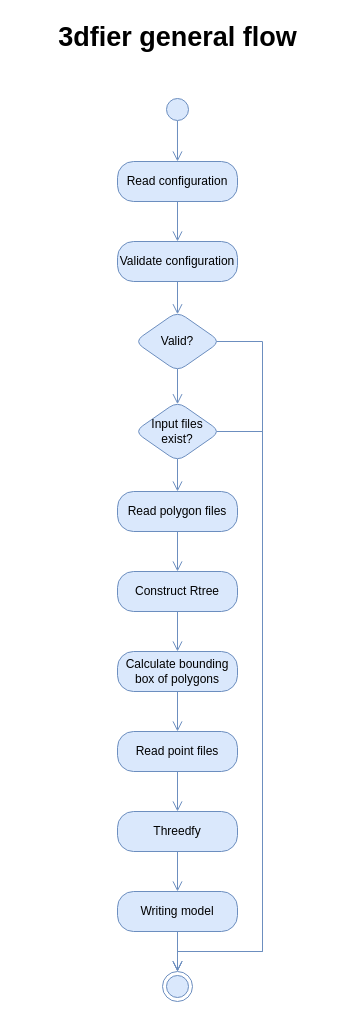
Earlier version of the draw.io diagram resources/flowdiagrams/3dfier_general_flow.drawio (tudelft3d/3dfier). Source tidied: cells renumbered, new cells numbered last; positions are measured from the earlier drawing's top-left corner, leaving out a move shared by most shapes. Both pictures are drawn from the tidied source at 100%, with x=0, y=0 at pixel (17, 17).
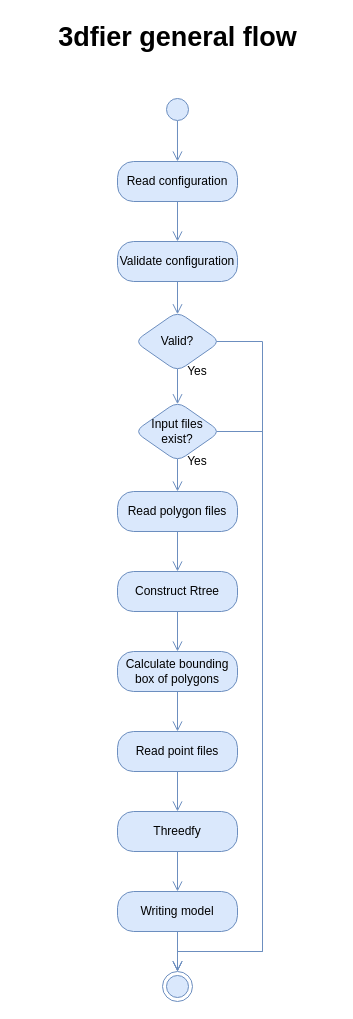
Above is the later version.

Commit message (it also covers changes not shown here):
docs: add threedfy flow page and additional flow diagrams

Diff of the diagram source:
```diff
@@
+    <mxCell id="28" value="Yes" style="text;html=1;strokeColor=none;fillColor=none;align=center;verticalAlign=middle;whiteSpace=wrap;rounded=0;" parent="1" vertex="1">
+      <mxGeometry x="160" y="344" width="40" height="20" as="geometry" />
+    </mxCell>
+    <mxCell id="29" value="Yes" style="text;html=1;strokeColor=none;fillColor=none;align=center;verticalAlign=middle;whiteSpace=wrap;rounded=0;" parent="1" vertex="1">
+      <mxGeometry x="160" y="434" width="40" height="20" as="geometry" />
+    </mxCell>
```
